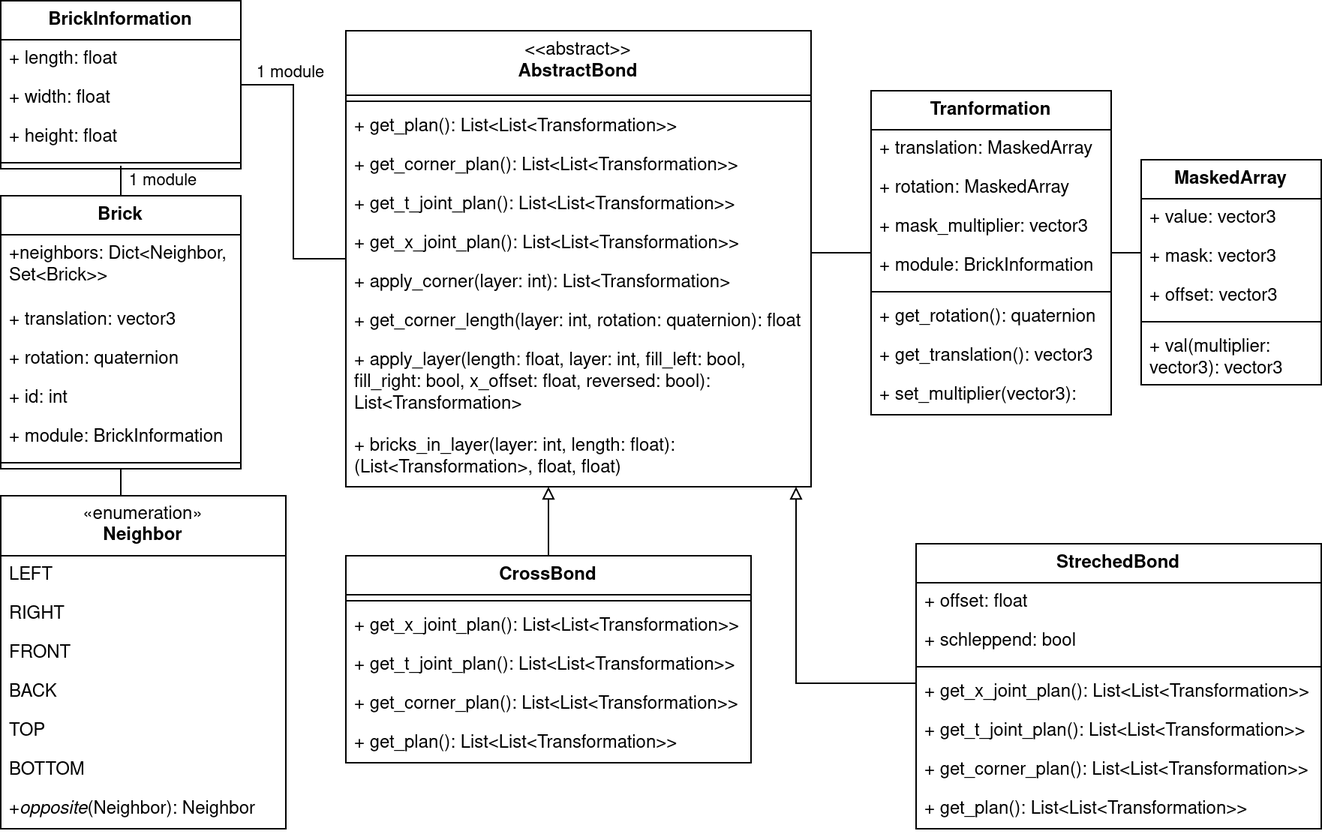
Earlier version of the draw.io export txt/fig/klassendiagramm_bonds.drawio.png (rossizero/masterarbeit). Source tidied: cells renumbered, new cells last; positions are measured from the earlier drawing's top-left corner, leaving out a move shared by most shapes.
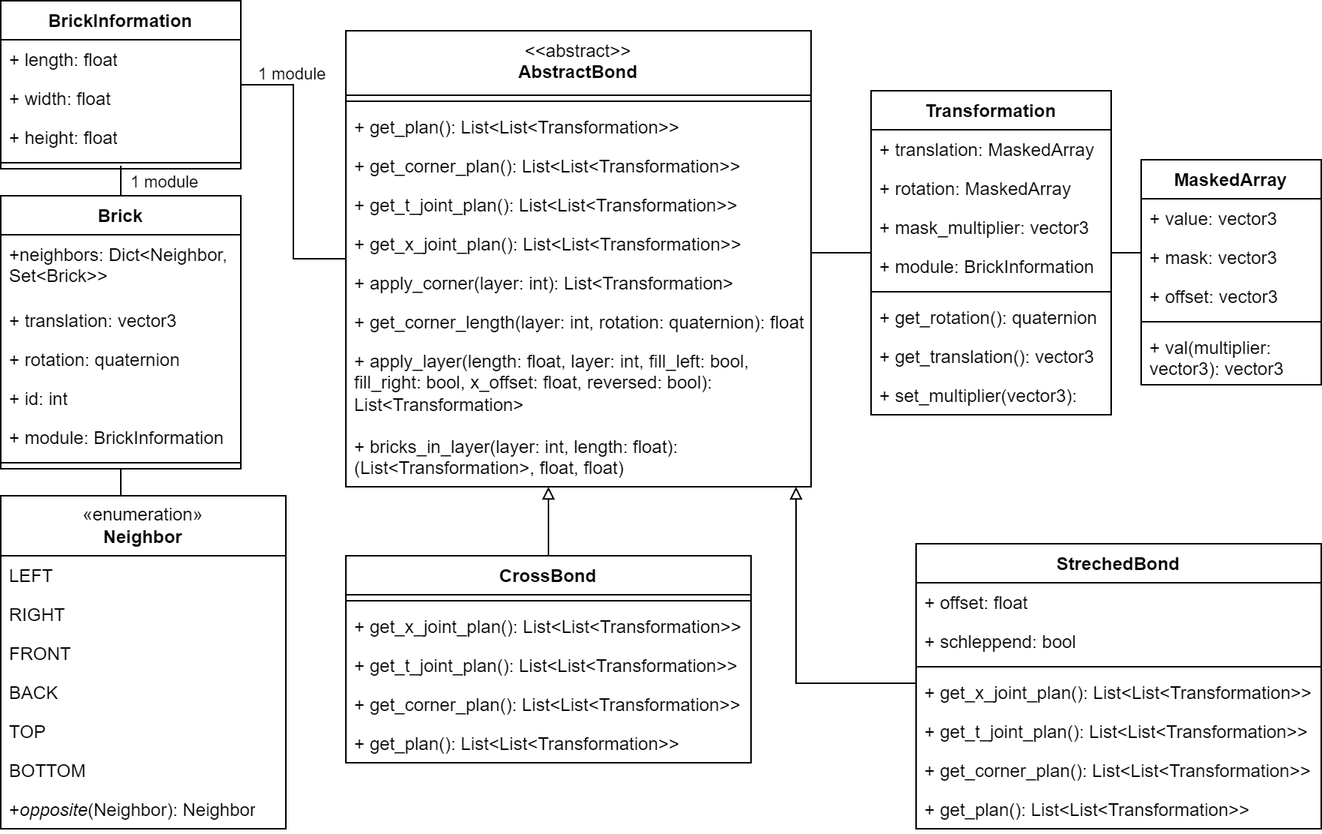
The same file after the commit.

Commit message:
fixed typo in diagram

Diff of the diagram source:
```diff
@@ -115,7 +115,7 @@
     <mxCell id="35" style="edgeStyle=orthogonalEdgeStyle;rounded=0;jettySize=auto;html=1;endArrow=none;endFill=0;" parent="1" edge="1" source="36" target="45">
       <mxGeometry relative="1" as="geometry" />
     </mxCell>
-    <mxCell id="36" value="Tranformation" style="swimlane;fontStyle=1;align=center;verticalAlign=top;horizontal=1;startSize=26;whiteSpace=wrap;html=1;" parent="1" vertex="1">
+    <mxCell id="36" value="Transformation" style="swimlane;fontStyle=1;align=center;verticalAlign=top;horizontal=1;startSize=26;whiteSpace=wrap;html=1;" parent="1" vertex="1">
       <mxGeometry x="580" y="60" width="160" height="216" as="geometry" />
     </mxCell>
     <mxCell id="37" value="+ translation: MaskedArray" style="text;strokeColor=none;fillColor=none;align=left;verticalAlign=top;spacingLeft=4;spacingRight=4;overflow=hidden;whiteSpace=wrap;html=1;" parent="36" vertex="1">
```
